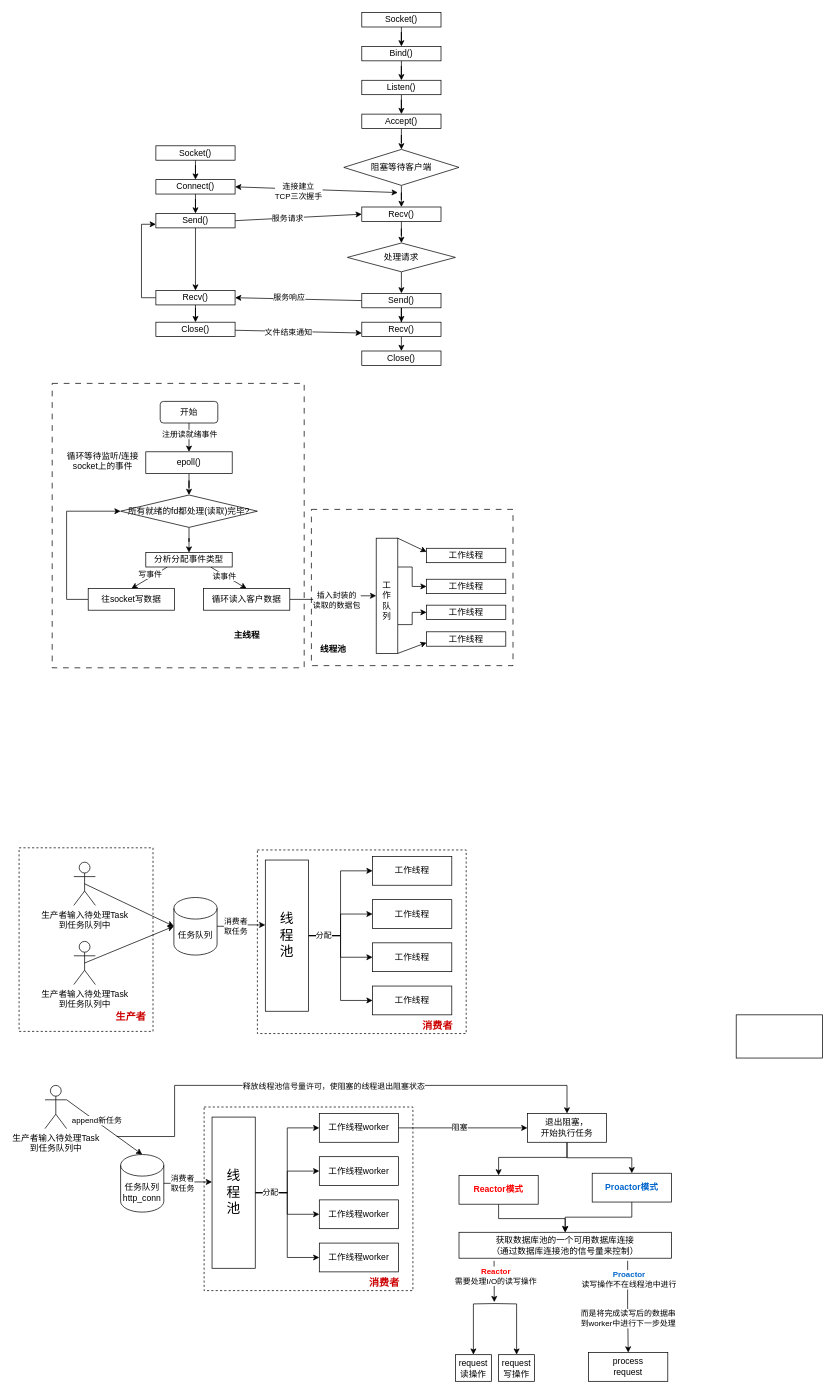
Earlier version of the draw.io diagram TinyWebServer.drawio (AkiraZheng/diagrams). Source tidied: cells renumbered, new cells numbered last; positions are measured from the earlier drawing's top-left corner, leaving out a move shared by most shapes. Both pictures are drawn from the tidied source at 72%, with x=0, y=0 at pixel (19, 12).
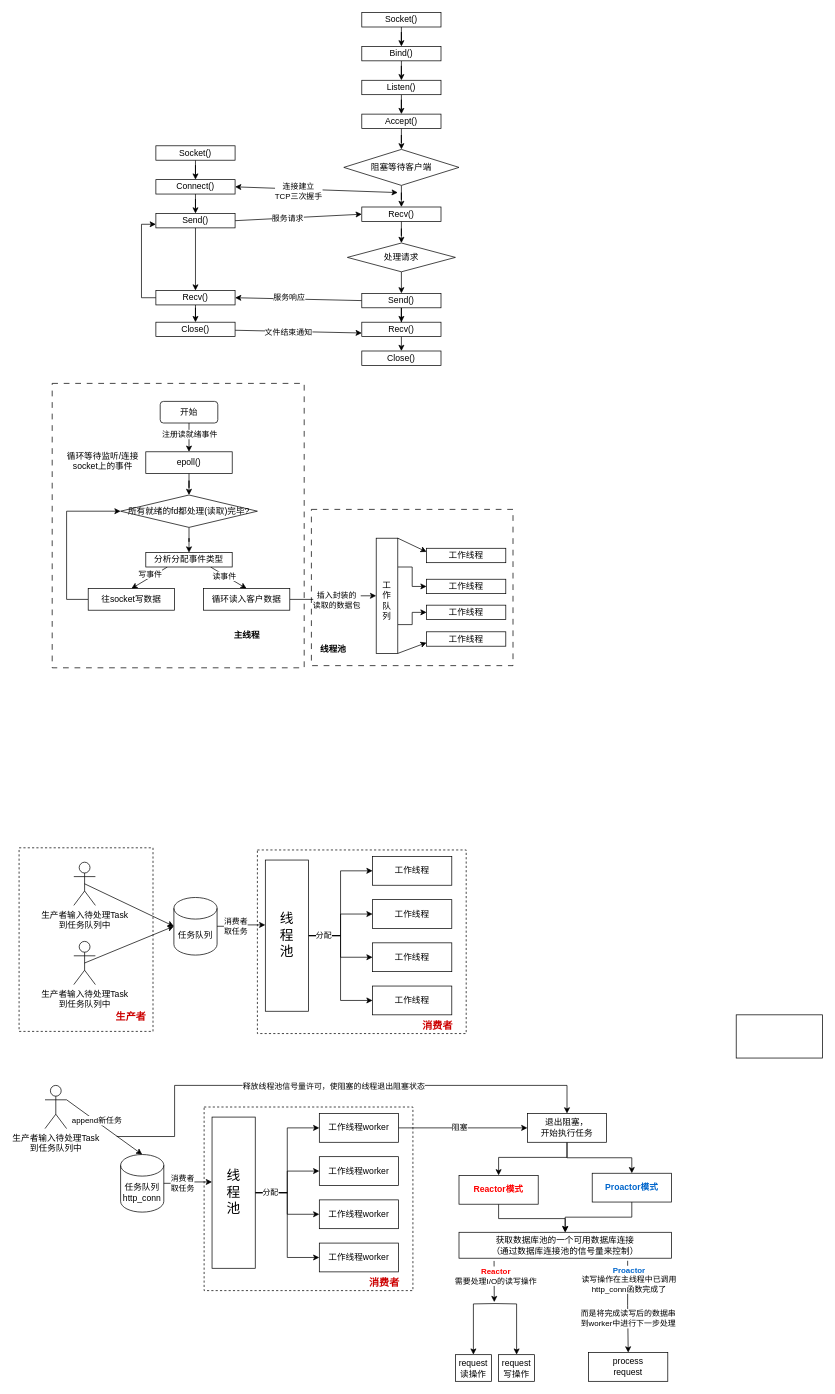
Above is the later version.

Unchanged cells that the change refers to:
```xml
<mxCell id="123" style="edgeStyle=orthogonalEdgeStyle;rounded=0;jettySize=auto;html=1;exitX=0.794;exitY=1.1;exitDx=0;exitDy=0;exitPerimeter=0;" parent="1" edge="1" source="129" target="126">
  <mxGeometry relative="1" as="geometry" />
</mxCell>
```

The edit, as a diff of the source:
```diff
@@
-    <mxCell id="124" value="&lt;div&gt;&lt;font color=&quot;#0066cc&quot;&gt;&lt;b&gt;Proactor&lt;/b&gt;&lt;/font&gt;&lt;/div&gt;读写操作不在线程池中进行" style="edgeLabel;html=1;align=center;verticalAlign=middle;" parent="123" vertex="1">
+    <mxCell id="124" value="&lt;div&gt;&lt;font color=&quot;#0066cc&quot;&gt;&lt;b&gt;Proactor&lt;/b&gt;&lt;/font&gt;&lt;/div&gt;读写操作在主线程中已调用&lt;div&gt;http_conn函数完成了&lt;/div&gt;" style="edgeLabel;html=1;align=center;verticalAlign=middle;" parent="123" vertex="1">
       <mxGeometry x="-0.44" y="1" relative="1" as="geometry">
         <mxPoint y="-10" as="offset" />
       </mxGeometry>
     </mxCell>
```
